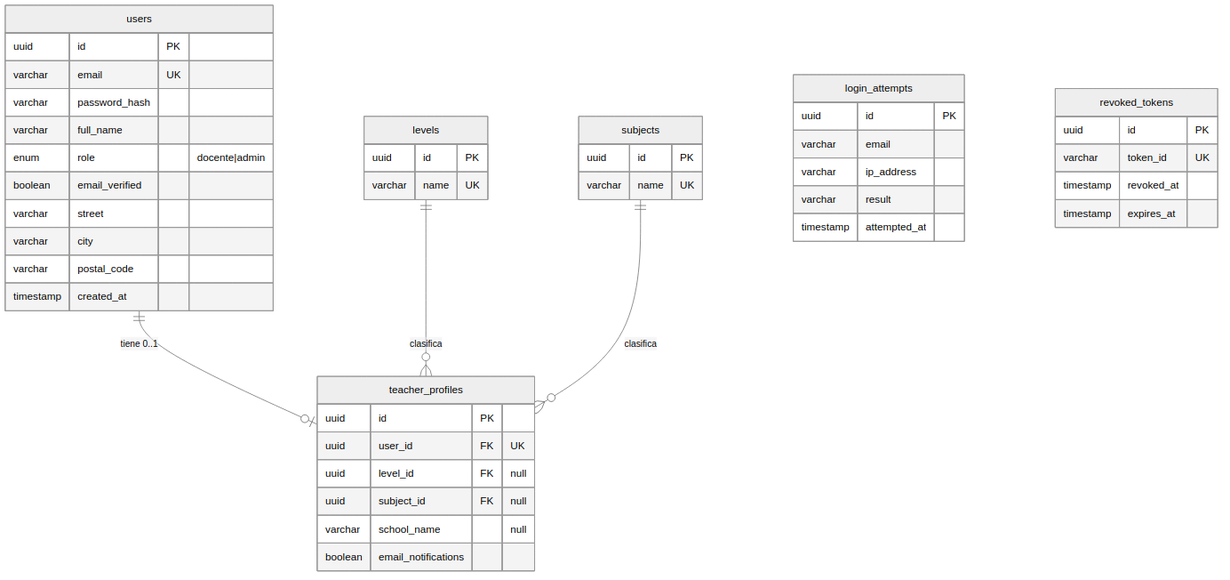
EXCOFFee/acalud keeps this Mermaid diagram as docs/01-modelo-datos/der_m1.png. Above is the earlier version. Its source is kept beside it as docs/01-modelo-datos/der_m1.mmd. The source it was exported from:
```mermaid
erDiagram
  users {
    uuid id PK
    varchar email UK
    varchar password_hash
    varchar full_name
    enum role "docente|admin"
    boolean email_verified
    varchar street
    varchar city
    varchar postal_code
    timestamp created_at
  }
  teacher_profiles {
    uuid id PK
    uuid user_id FK "UK"
    uuid level_id FK "null"
    uuid subject_id FK "null"
    varchar school_name "null"
    boolean email_notifications
  }
  levels {
    uuid id PK
    varchar name UK
  }
  subjects {
    uuid id PK
    varchar name UK
  }
  login_attempts {
    uuid id PK
    varchar email
    varchar ip_address
    varchar result
    timestamp attempted_at
  }
  revoked_tokens {
    uuid id PK
    varchar token_id UK
    timestamp revoked_at
    timestamp expires_at
  }
  users ||--o| teacher_profiles : "tiene 0..1"
  levels ||--o{ teacher_profiles : "clasifica"
  subjects ||--o{ teacher_profiles : "clasifica"
```
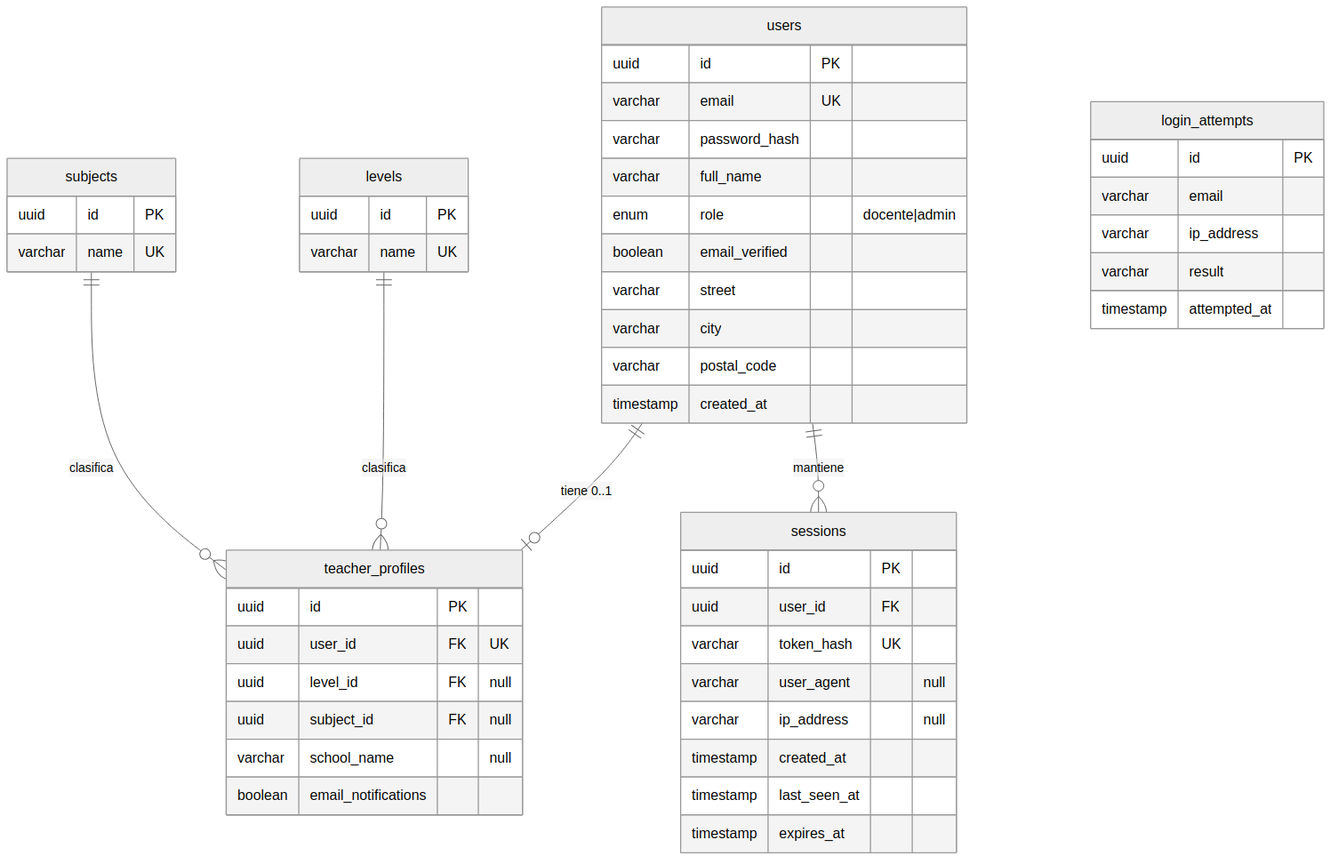
The same diagram one commit later.

Change to the diagram source:
```diff
@@ -34,12 +34,17 @@
     varchar result
     timestamp attempted_at
   }
-  revoked_tokens {
+  sessions {
     uuid id PK
-    varchar token_id UK
-    timestamp revoked_at
+    uuid user_id FK
+    varchar token_hash UK
+    varchar user_agent "null"
+    varchar ip_address "null"
+    timestamp created_at
+    timestamp last_seen_at
     timestamp expires_at
   }
   users ||--o| teacher_profiles : "tiene 0..1"
+  users ||--o{ sessions : "mantiene"
   levels ||--o{ teacher_profiles : "clasifica"
   subjects ||--o{ teacher_profiles : "clasifica"
```
